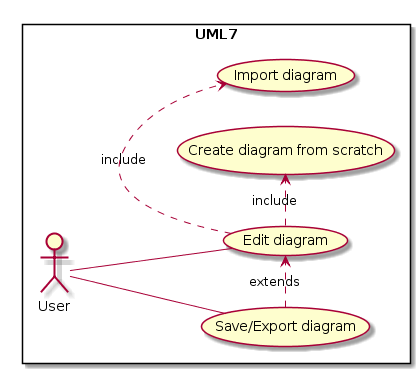
echodeltaFR/UML7 keeps this PlantUML diagram as doc/UML/usecases.png. Above is the earlier version. Its diagram source:
```plantuml
@startuml
left to right direction

rectangle "UML7" {
User -- (Edit diagram)
User -- (Save/Export diagram)
(Edit diagram) .> (Import diagram) : include
(Edit diagram) .> (Create diagram from scratch) : include
(Save/Export diagram) .> (Edit diagram) : extends
}
@enduml
```
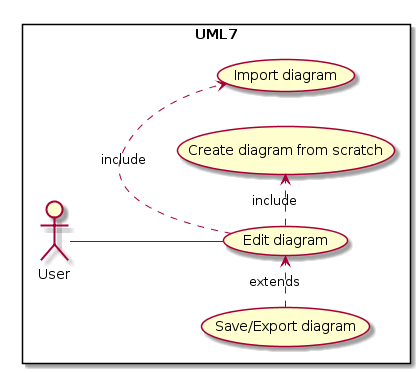
After the commit.

The edit, as a diff of the source:
```diff
@@ -3,7 +3,6 @@
 
 rectangle "UML7" {
 User -- (Edit diagram)
-User -- (Save/Export diagram)
 (Edit diagram) .> (Import diagram) : include
 (Edit diagram) .> (Create diagram from scratch) : include
 (Save/Export diagram) .> (Edit diagram) : extends
```
